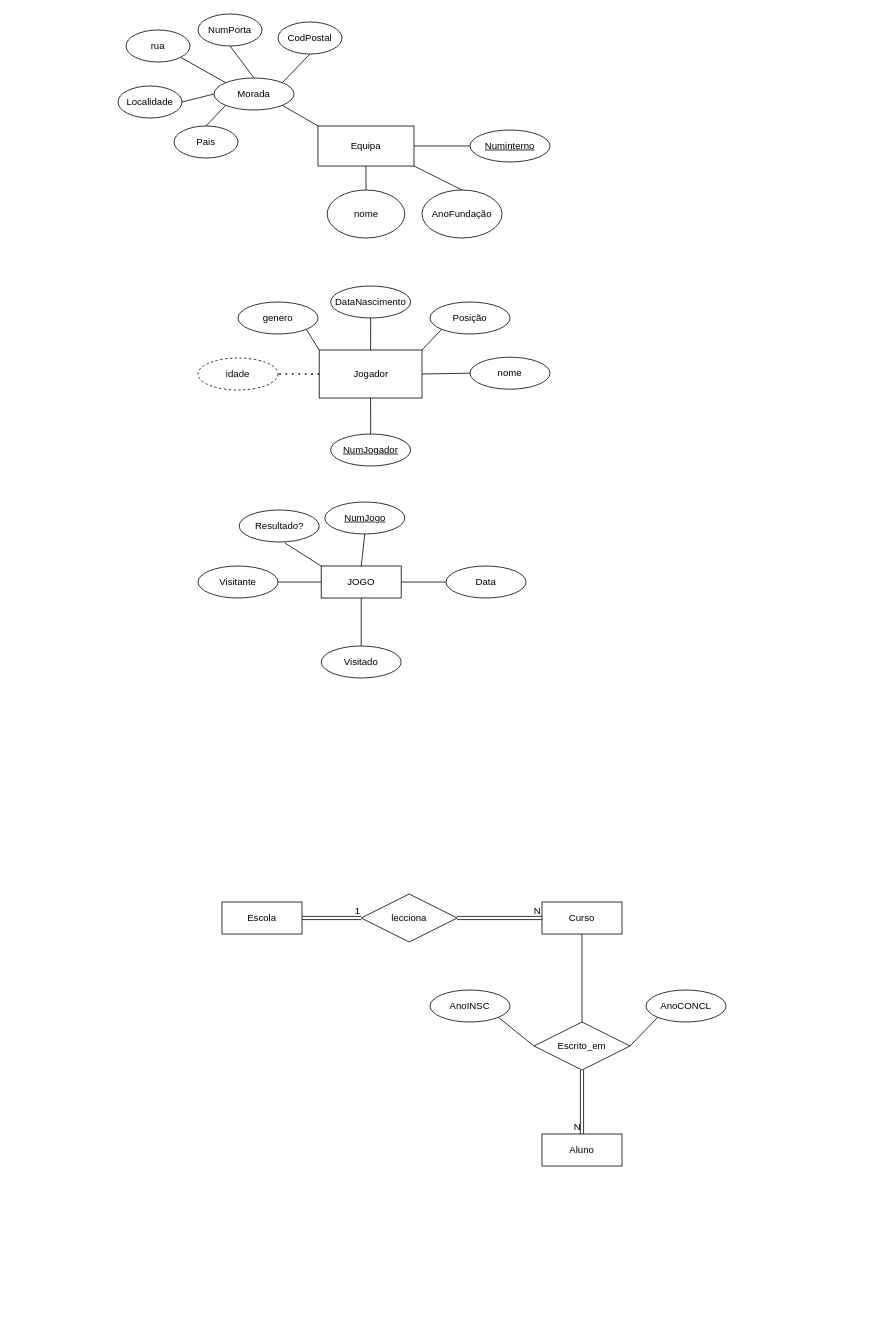
sc6as/diagrama_escolar.drawio keeps this draw.io diagram as Diagrama sem nome.drawio. Above is the earlier version. Source tidied: cells renumbered, new cells numbered last; positions are measured from the earlier drawing's top-left corner, leaving out a move shared by most shapes. Both pictures are drawn from the tidied source at 80%, with x=0, y=0 at pixel (118, 14).
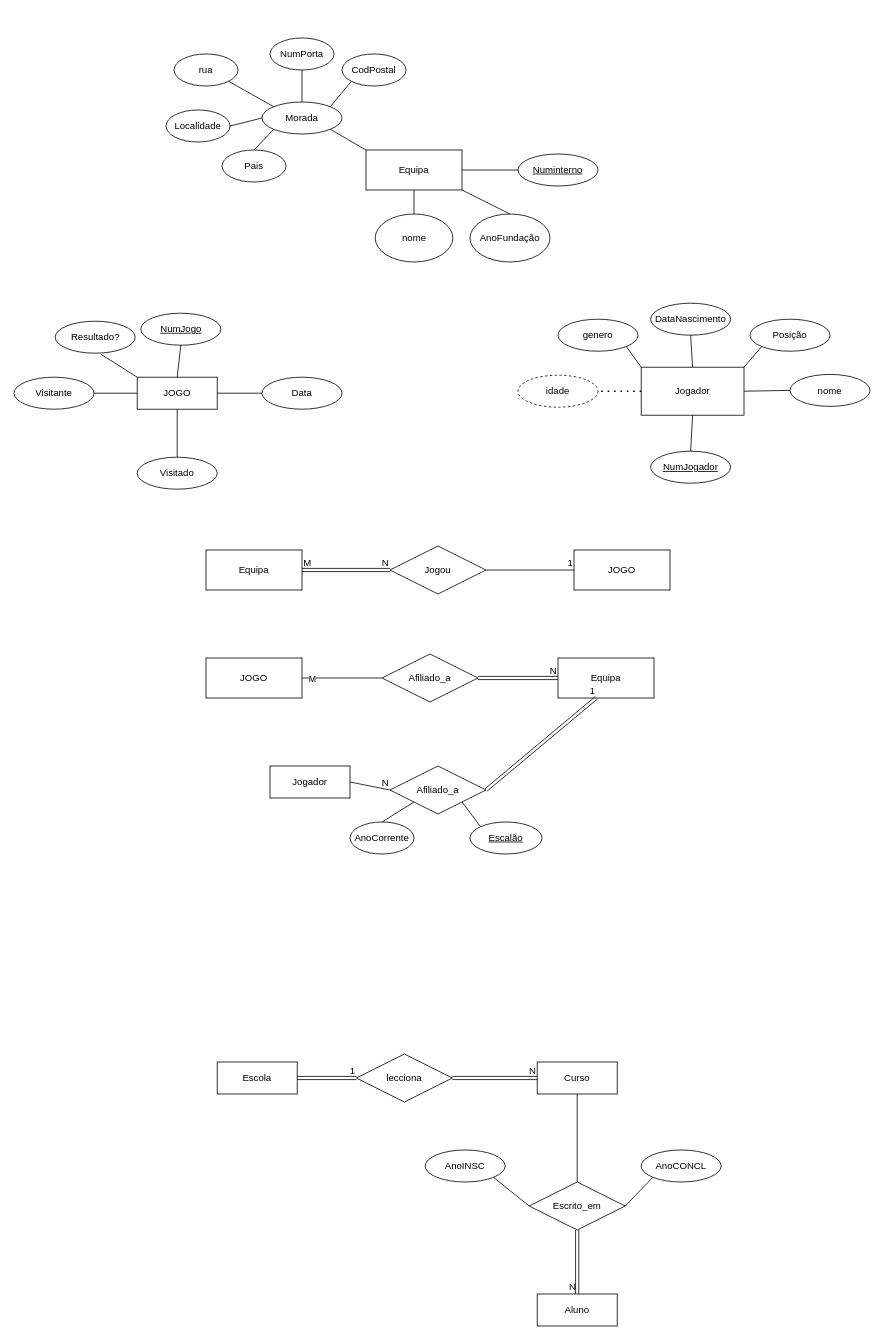
The same page after the edit.

The edit, as a diff of the source:
```diff
@@
     <mxCell id="2" value="Equipa" style="rounded=0;whiteSpace=wrap;html=1;" parent="1" vertex="1">
-      <mxGeometry x="250" y="140" width="120" height="50" as="geometry" />
+      <mxGeometry x="310" y="170" width="120" height="50" as="geometry" />
     </mxCell>
     <mxCell id="3" value="AnoFundação" style="ellipse;whiteSpace=wrap;html=1;" parent="1" vertex="1">
-      <mxGeometry x="380" y="220" width="100" height="60" as="geometry" />
+      <mxGeometry x="440" y="250" width="100" height="60" as="geometry" />
     </mxCell>
@@
     <mxCell id="5" value="nome" style="ellipse;whiteSpace=wrap;html=1;" parent="1" vertex="1">
-      <mxGeometry x="261.5" y="220" width="97" height="60" as="geometry" />
+      <mxGeometry x="321.5" y="250" width="97" height="60" as="geometry" />
     </mxCell>
@@
     <mxCell id="7" value="Numinterno" style="ellipse;whiteSpace=wrap;html=1;align=center;fontStyle=4;" parent="1" vertex="1">
-      <mxGeometry x="440" y="145" width="100" height="40" as="geometry" />
+      <mxGeometry x="500" y="175" width="100" height="40" as="geometry" />
     </mxCell>
@@
     <mxCell id="9" value="Morada" style="ellipse;whiteSpace=wrap;html=1;align=center;" parent="1" vertex="1">
-      <mxGeometry x="120" y="80" width="100" height="40" as="geometry" />
+      <mxGeometry x="180" y="110" width="100" height="40" as="geometry" />
     </mxCell>
@@
     <mxCell id="11" value="Jogador" style="whiteSpace=wrap;html=1;align=center;" parent="1" vertex="1">
-      <mxGeometry x="251.5" y="420" width="128.5" height="60" as="geometry" />
+      <mxGeometry x="654" y="441.5" width="128.5" height="60" as="geometry" />
     </mxCell>
     <mxCell id="12" value="nome" style="ellipse;whiteSpace=wrap;html=1;align=center;" parent="1" vertex="1">
-      <mxGeometry x="440" y="429" width="100" height="40" as="geometry" />
+      <mxGeometry x="840" y="450.5" width="100" height="40" as="geometry" />
     </mxCell>
     <mxCell id="13" value="NumJogador" style="ellipse;whiteSpace=wrap;html=1;align=center;fontStyle=4;" parent="1" vertex="1">
-      <mxGeometry x="265.8" y="525" width="100" height="40" as="geometry" />
+      <mxGeometry x="665.8" y="546.5" width="100" height="40" as="geometry" />
     </mxCell>
     <mxCell id="14" value="rua" style="ellipse;whiteSpace=wrap;html=1;align=center;" parent="1" vertex="1">
-      <mxGeometry x="10" y="20" width="80" height="40" as="geometry" />
+      <mxGeometry x="70" y="50" width="80" height="40" as="geometry" />
     </mxCell>
     <mxCell id="15" value="NumPorta" style="ellipse;whiteSpace=wrap;html=1;align=center;" parent="1" vertex="1">
-      <mxGeometry x="100" width="80" height="40" as="geometry" />
+      <mxGeometry x="190" y="30" width="80" height="40" as="geometry" />
     </mxCell>
     <mxCell id="16" value="CodPostal" style="ellipse;whiteSpace=wrap;html=1;align=center;" parent="1" vertex="1">
-      <mxGeometry x="200" y="10" width="80" height="40" as="geometry" />
+      <mxGeometry x="280" y="50" width="80" height="40" as="geometry" />
     </mxCell>
     <mxCell id="17" value="Localidade" style="ellipse;whiteSpace=wrap;html=1;align=center;" parent="1" vertex="1">
-      <mxGeometry y="90" width="80" height="40" as="geometry" />
+      <mxGeometry x="60" y="120" width="80" height="40" as="geometry" />
     </mxCell>
     <mxCell id="18" value="Pais" style="ellipse;whiteSpace=wrap;html=1;align=center;" parent="1" vertex="1">
-      <mxGeometry x="70" y="140" width="80" height="40" as="geometry" />
+      <mxGeometry x="130" y="170" width="80" height="40" as="geometry" />
     </mxCell>
-    <mxCell id="19" style="endArrow=none;html=1;rounded=0;exitX=1;exitY=0;exitDx=0;exitDy=0;entryX=0.5;entryY=1;entryDx=0;entryDy=0;" parent="1" edge="1" source="9" target="16">
+    <mxCell id="19" style="endArrow=none;html=1;rounded=0;exitX=1;exitY=0;exitDx=0;exitDy=0;entryX=0;entryY=1;entryDx=0;entryDy=0;" parent="1" edge="1" source="9" target="16">
       <mxGeometry relative="1" as="geometry" />
     </mxCell>
@@
     <mxCell id="24" value="DataNascimento" style="ellipse;whiteSpace=wrap;html=1;align=center;" parent="1" vertex="1">
-      <mxGeometry x="265.8" y="340" width="100" height="40" as="geometry" />
+      <mxGeometry x="665.8" y="361.5" width="100" height="40" as="geometry" />
     </mxCell>
     <mxCell id="25" value="idade" style="ellipse;whiteSpace=wrap;html=1;align=center;dashed=1;" parent="1" vertex="1">
-      <mxGeometry x="100" y="430" width="100" height="40" as="geometry" />
+      <mxGeometry x="500" y="451.5" width="100" height="40" as="geometry" />
     </mxCell>
     <mxCell id="26" value="genero" style="ellipse;whiteSpace=wrap;html=1;align=center;" parent="1" vertex="1">
-      <mxGeometry x="150" y="360" width="100" height="40" as="geometry" />
+      <mxGeometry x="550" y="381.5" width="100" height="40" as="geometry" />
     </mxCell>
     <mxCell id="27" value="Posição" style="ellipse;whiteSpace=wrap;html=1;align=center;" parent="1" vertex="1">
-      <mxGeometry x="390" y="360" width="100" height="40" as="geometry" />
+      <mxGeometry x="790" y="381.5" width="100" height="40" as="geometry" />
     </mxCell>
@@
     <mxCell id="34" value="JOGO" style="whiteSpace=wrap;html=1;align=center;" parent="1" vertex="1">
-      <mxGeometry x="254" y="690" width="100" height="40" as="geometry" />
+      <mxGeometry x="24" y="454" width="100" height="40" as="geometry" />
     </mxCell>
     <mxCell id="35" value="Data" style="ellipse;whiteSpace=wrap;html=1;align=center;" parent="1" vertex="1">
-      <mxGeometry x="410" y="690" width="100" height="40" as="geometry" />
+      <mxGeometry x="180" y="454" width="100" height="40" as="geometry" />
     </mxCell>
     <mxCell id="36" value="Visitante" style="ellipse;whiteSpace=wrap;html=1;align=center;" parent="1" vertex="1">
-      <mxGeometry x="100" y="690" width="100" height="40" as="geometry" />
+      <mxGeometry x="-130" y="454" width="100" height="40" as="geometry" />
     </mxCell>
     <mxCell id="37" value="Visitado" style="ellipse;whiteSpace=wrap;html=1;align=center;" parent="1" vertex="1">
-      <mxGeometry x="254" y="790" width="100" height="40" as="geometry" />
+      <mxGeometry x="24" y="554" width="100" height="40" as="geometry" />
     </mxCell>
     <mxCell id="38" value="NumJogo" style="ellipse;whiteSpace=wrap;html=1;align=center;fontStyle=4;" parent="1" vertex="1">
-      <mxGeometry x="258.5" y="610" width="100" height="40" as="geometry" />
+      <mxGeometry x="28.5" y="374" width="100" height="40" as="geometry" />
     </mxCell>
     <mxCell id="39" value="Resultado?" style="ellipse;whiteSpace=wrap;html=1;align=center;" parent="1" vertex="1">
-      <mxGeometry x="151.5" y="620" width="100" height="40" as="geometry" />
+      <mxGeometry x="-78.5" y="384" width="100" height="40" as="geometry" />
     </mxCell>
@@
     <mxCell id="45" value="Escola" style="whiteSpace=wrap;html=1;align=center;" parent="1" vertex="1">
-      <mxGeometry x="130" y="1110" width="100" height="40" as="geometry" />
+      <mxGeometry x="124" y="1310" width="100" height="40" as="geometry" />
     </mxCell>
     <mxCell id="46" value="lecciona" style="shape=rhombus;perimeter=rhombusPerimeter;whiteSpace=wrap;html=1;align=center;" parent="1" vertex="1">
-      <mxGeometry x="304" y="1100" width="120" height="60" as="geometry" />
+      <mxGeometry x="298" y="1300" width="120" height="60" as="geometry" />
     </mxCell>
     <mxCell id="47" value="Escrito_em" style="shape=rhombus;perimeter=rhombusPerimeter;whiteSpace=wrap;html=1;align=center;" parent="1" vertex="1">
-      <mxGeometry x="520" y="1260" width="120" height="60" as="geometry" />
+      <mxGeometry x="514" y="1460" width="120" height="60" as="geometry" />
     </mxCell>
     <mxCell id="48" value="Curso" style="whiteSpace=wrap;html=1;align=center;" parent="1" vertex="1">
-      <mxGeometry x="530" y="1110" width="100" height="40" as="geometry" />
+      <mxGeometry x="524" y="1310" width="100" height="40" as="geometry" />
     </mxCell>
     <mxCell id="49" value="Aluno" style="whiteSpace=wrap;html=1;align=center;" parent="1" vertex="1">
-      <mxGeometry x="530" y="1400" width="100" height="40" as="geometry" />
+      <mxGeometry x="524" y="1600" width="100" height="40" as="geometry" />
     </mxCell>
@@
     <mxCell id="51" value="AnoINSC" style="ellipse;whiteSpace=wrap;html=1;align=center;" parent="1" vertex="1">
-      <mxGeometry x="390" y="1220" width="100" height="40" as="geometry" />
+      <mxGeometry x="384" y="1420" width="100" height="40" as="geometry" />
     </mxCell>
     <mxCell id="52" value="AnoCONCL" style="ellipse;whiteSpace=wrap;html=1;align=center;" parent="1" vertex="1">
-      <mxGeometry x="660" y="1220" width="100" height="40" as="geometry" />
+      <mxGeometry x="654" y="1420" width="100" height="40" as="geometry" />
     </mxCell>
@@
+    <mxCell id="61" value="Equipa" style="rounded=0;whiteSpace=wrap;html=1;" parent="1" vertex="1">
+      <mxGeometry x="110" y="670" width="120" height="50" as="geometry" />
+    </mxCell>
+    <mxCell id="62" value="JOGO" style="whiteSpace=wrap;html=1;align=center;" parent="1" vertex="1">
+      <mxGeometry x="570" y="670" width="120" height="50" as="geometry" />
+    </mxCell>
+    <mxCell id="63" value="Jogou" style="shape=rhombus;perimeter=rhombusPerimeter;whiteSpace=wrap;html=1;align=center;" parent="1" vertex="1">
+      <mxGeometry x="340" y="665" width="120" height="60" as="geometry" />
+    </mxCell>
+    <mxCell id="64" value="Afiliado_a" style="shape=rhombus;perimeter=rhombusPerimeter;whiteSpace=wrap;html=1;align=center;" parent="1" vertex="1">
+      <mxGeometry x="330" y="800" width="120" height="60" as="geometry" />
+    </mxCell>
+    <mxCell id="65" value="JOGO" style="whiteSpace=wrap;html=1;align=center;" parent="1" vertex="1">
+      <mxGeometry x="110" y="805" width="120" height="50" as="geometry" />
+    </mxCell>
+    <mxCell id="66" value="Equipa" style="rounded=0;whiteSpace=wrap;html=1;" parent="1" vertex="1">
+      <mxGeometry x="550" y="805" width="120" height="50" as="geometry" />
+    </mxCell>
+    <mxCell id="67" value="AnoCorrente" style="ellipse;whiteSpace=wrap;html=1;align=center;" parent="1" vertex="1">
+      <mxGeometry x="290" y="1010" width="80" height="40" as="geometry" />
+    </mxCell>
+    <mxCell id="68" value="Afiliado_a" style="shape=rhombus;perimeter=rhombusPerimeter;whiteSpace=wrap;html=1;align=center;" parent="1" vertex="1">
+      <mxGeometry x="340" y="940" width="120" height="60" as="geometry" />
+    </mxCell>
+    <mxCell id="69" value="Escalão" style="ellipse;whiteSpace=wrap;html=1;align=center;fontStyle=4;" parent="1" vertex="1">
+      <mxGeometry x="440" y="1010" width="90" height="40" as="geometry" />
+    </mxCell>
+    <mxCell id="70" style="endArrow=none;html=1;rounded=0;entryX=0;entryY=0;entryDx=0;entryDy=0;exitX=1;exitY=1;exitDx=0;exitDy=0;" parent="1" edge="1" source="68" target="69">
+      <mxGeometry relative="1" as="geometry" />
+    </mxCell>
+    <mxCell id="71" style="endArrow=none;html=1;rounded=0;exitX=0.5;exitY=0;exitDx=0;exitDy=0;entryX=0;entryY=1;entryDx=0;entryDy=0;" parent="1" edge="1" source="67" target="68">
+      <mxGeometry relative="1" as="geometry" />
+    </mxCell>
+    <mxCell id="72" style="shape=link;html=1;rounded=0;entryX=0;entryY=0.5;entryDx=0;entryDy=0;exitX=1;exitY=0.5;exitDx=0;exitDy=0;" parent="1" edge="1" source="64" target="66">
+      <mxGeometry relative="1" as="geometry" />
+    </mxCell>
+    <mxCell id="73" value="N" style="html=1;whiteSpace=wrap;align=right;verticalAlign=bottom;" parent="72" vertex="1">
+      <mxGeometry x="1" relative="1" as="geometry" />
+    </mxCell>
+    <mxCell id="74" style="endArrow=none;html=1;rounded=0;entryX=0;entryY=0.5;entryDx=0;entryDy=0;exitX=1;exitY=0.5;exitDx=0;exitDy=0;" parent="1" edge="1" source="65" target="64">
+      <mxGeometry relative="1" as="geometry" />
+    </mxCell>
+    <mxCell id="75" style="html=1;whiteSpace=wrap;align=right;verticalAlign=bottom;" parent="74" vertex="1">
+      <mxGeometry x="1" relative="1" as="geometry" />
+    </mxCell>
+    <mxCell id="76" value="M" style="edgeLabel;html=1;align=center;verticalAlign=middle;" parent="74" vertex="1">
+      <mxGeometry x="-0.76" y="-1" relative="1" as="geometry" />
+    </mxCell>
+    <mxCell id="77" style="shape=link;html=1;rounded=0;exitX=1;exitY=0.5;exitDx=0;exitDy=0;entryX=0;entryY=0.5;entryDx=0;entryDy=0;" parent="1" edge="1" source="61" target="63">
+      <mxGeometry relative="1" as="geometry" />
+    </mxCell>
+    <mxCell id="78" value="M" style="html=1;whiteSpace=wrap;align=left;verticalAlign=bottom;" parent="77" vertex="1">
+      <mxGeometry x="-1" relative="1" as="geometry" />
+    </mxCell>
+    <mxCell id="79" value="N" style="html=1;whiteSpace=wrap;align=right;verticalAlign=bottom;" parent="77" vertex="1">
+      <mxGeometry x="1" relative="1" as="geometry" />
+    </mxCell>
+    <mxCell id="80" style="endArrow=none;html=1;rounded=0;entryX=0;entryY=0.5;entryDx=0;entryDy=0;exitX=1;exitY=0.5;exitDx=0;exitDy=0;" parent="1" edge="1" source="63" target="62">
+      <mxGeometry relative="1" as="geometry" />
+    </mxCell>
+    <mxCell id="81" value="1" style="html=1;whiteSpace=wrap;align=right;verticalAlign=bottom;" parent="80" vertex="1">
+      <mxGeometry x="1" relative="1" as="geometry" />
+    </mxCell>
+    <mxCell id="82" value="Jogador" style="whiteSpace=wrap;html=1;align=center;" parent="1" vertex="1">
+      <mxGeometry x="190" y="940" width="100" height="40" as="geometry" />
+    </mxCell>
+    <mxCell id="83" style="endArrow=none;html=1;rounded=0;exitX=1;exitY=0.5;exitDx=0;exitDy=0;entryX=0;entryY=0.5;entryDx=0;entryDy=0;" parent="1" edge="1" source="82" target="68">
+      <mxGeometry relative="1" as="geometry" />
+    </mxCell>
+    <mxCell id="84" value="N" style="html=1;whiteSpace=wrap;align=right;verticalAlign=bottom;" parent="83" vertex="1">
+      <mxGeometry x="1" relative="1" as="geometry" />
+    </mxCell>
+    <mxCell id="85" style="shape=link;html=1;rounded=0;entryX=0.4;entryY=0.993;entryDx=0;entryDy=0;entryPerimeter=0;exitX=1;exitY=0.5;exitDx=0;exitDy=0;" parent="1" edge="1" source="68" target="66">
+      <mxGeometry relative="1" as="geometry" />
+    </mxCell>
+    <mxCell id="86" value="1" style="html=1;whiteSpace=wrap;align=right;verticalAlign=bottom;" parent="85" vertex="1">
+      <mxGeometry x="1" relative="1" as="geometry" />
+    </mxCell>
```
